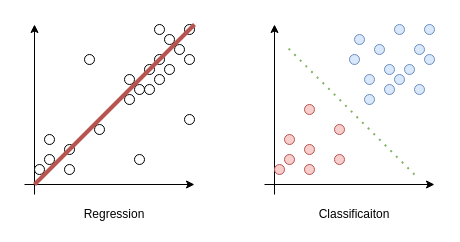
stuartbowyer/teaching.bowyer.github.io keeps this draw.io diagram as page "SDSAI-04_Regression-vs-Classificaiton" (8 of 9) of SDSAI/Illustrations.drawio. Above is the earlier version. Source tidied: cells renumbered, new cells numbered last; positions are measured from the earlier drawing's top-left corner, leaving out a move shared by most shapes. Both pictures are drawn from the tidied source at 100%, with x=0, y=0 at pixel (24, 24).
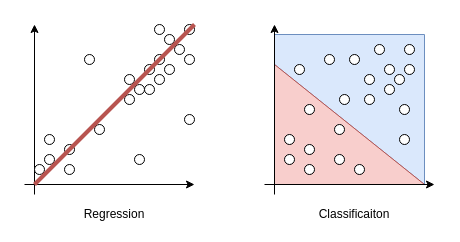
The same diagram, later.

What changed in the source:
```diff
@@
+    <mxCell id="54" style="shape=manualInput;whiteSpace=wrap;html=1;size=120;rotation=-180;flipH=1;fillColor=#dae8fc;strokeColor=#6c8ebf;" parent="1" vertex="1">
+      <mxGeometry x="250" y="10" width="150" height="150" as="geometry" />
+    </mxCell>
+    <mxCell id="55" style="shape=manualInput;whiteSpace=wrap;html=1;size=150;rotation=90;fillColor=#f8cecc;strokeColor=#b85450;" parent="1" vertex="1">
+      <mxGeometry x="265" y="25" width="120" height="150" as="geometry" />
+    </mxCell>
@@
-    <mxCell id="4" style="ellipse;whiteSpace=wrap;html=1;fillColor=#f8cecc;strokeColor=#b85450;" parent="1" vertex="1">
+    <mxCell id="4" style="ellipse;whiteSpace=wrap;html=1;" parent="1" vertex="1">
       <mxGeometry x="280" y="120" width="10" height="10" as="geometry" />
     </mxCell>
-    <mxCell id="5" style="ellipse;whiteSpace=wrap;html=1;fillColor=#dae8fc;strokeColor=#6c8ebf;" parent="1" vertex="1">
-      <mxGeometry x="400" width="10" height="10" as="geometry" />
+    <mxCell id="5" style="ellipse;whiteSpace=wrap;html=1;" parent="1" vertex="1">
+      <mxGeometry x="375" y="110" width="10" height="10" as="geometry" />
     </mxCell>
-    <mxCell id="6" style="ellipse;whiteSpace=wrap;html=1;fillColor=#dae8fc;strokeColor=#6c8ebf;" parent="1" vertex="1">
+    <mxCell id="6" style="ellipse;whiteSpace=wrap;html=1;" parent="1" vertex="1">
       <mxGeometry x="360" y="40" width="10" height="10" as="geometry" />
     </mxCell>
-    <mxCell id="7" style="ellipse;whiteSpace=wrap;html=1;fillColor=#f8cecc;strokeColor=#b85450;" parent="1" vertex="1">
+    <mxCell id="7" style="ellipse;whiteSpace=wrap;html=1;" parent="1" vertex="1">
       <mxGeometry x="310" y="100" width="10" height="10" as="geometry" />
     </mxCell>
-    <mxCell id="8" style="ellipse;whiteSpace=wrap;html=1;fillColor=#f8cecc;strokeColor=#b85450;" parent="1" vertex="1">
+    <mxCell id="8" style="ellipse;whiteSpace=wrap;html=1;" parent="1" vertex="1">
       <mxGeometry x="260" y="130" width="10" height="10" as="geometry" />
     </mxCell>
-    <mxCell id="9" style="ellipse;whiteSpace=wrap;html=1;fillColor=#f8cecc;strokeColor=#b85450;" parent="1" vertex="1">
+    <mxCell id="9" style="ellipse;whiteSpace=wrap;html=1;" parent="1" vertex="1">
       <mxGeometry x="280" y="140" width="10" height="10" as="geometry" />
     </mxCell>
-    <mxCell id="10" style="ellipse;whiteSpace=wrap;html=1;fillColor=#dae8fc;strokeColor=#6c8ebf;" parent="1" vertex="1">
+    <mxCell id="10" style="ellipse;whiteSpace=wrap;html=1;" parent="1" vertex="1">
       <mxGeometry x="350" y="20" width="10" height="10" as="geometry" />
     </mxCell>
-    <mxCell id="11" style="ellipse;whiteSpace=wrap;html=1;fillColor=#dae8fc;strokeColor=#6c8ebf;" parent="1" vertex="1">
+    <mxCell id="11" style="ellipse;whiteSpace=wrap;html=1;" parent="1" vertex="1">
       <mxGeometry x="340" y="50" width="10" height="10" as="geometry" />
     </mxCell>
-    <mxCell id="12" style="ellipse;whiteSpace=wrap;html=1;fillColor=#dae8fc;strokeColor=#6c8ebf;" parent="1" vertex="1">
+    <mxCell id="12" style="ellipse;whiteSpace=wrap;html=1;" parent="1" vertex="1">
       <mxGeometry x="380" y="40" width="10" height="10" as="geometry" />
     </mxCell>
-    <mxCell id="13" style="ellipse;whiteSpace=wrap;html=1;fillColor=#dae8fc;strokeColor=#6c8ebf;" parent="1" vertex="1">
-      <mxGeometry x="330" y="10" width="10" height="10" as="geometry" />
+    <mxCell id="13" style="ellipse;whiteSpace=wrap;html=1;" parent="1" vertex="1">
+      <mxGeometry x="315" y="70" width="10" height="10" as="geometry" />
     </mxCell>
-    <mxCell id="14" style="ellipse;whiteSpace=wrap;html=1;fillColor=#dae8fc;strokeColor=#6c8ebf;" parent="1" vertex="1">
-      <mxGeometry x="400" y="30" width="10" height="10" as="geometry" />
+    <mxCell id="14" style="ellipse;whiteSpace=wrap;html=1;" parent="1" vertex="1">
+      <mxGeometry x="270" y="40" width="10" height="10" as="geometry" />
     </mxCell>
-    <mxCell id="15" style="ellipse;whiteSpace=wrap;html=1;fillColor=#dae8fc;strokeColor=#6c8ebf;" parent="1" vertex="1">
-      <mxGeometry x="390" y="60" width="10" height="10" as="geometry" />
+    <mxCell id="15" style="ellipse;whiteSpace=wrap;html=1;" parent="1" vertex="1">
+      <mxGeometry x="375" y="80" width="10" height="10" as="geometry" />
     </mxCell>
-    <mxCell id="16" style="ellipse;whiteSpace=wrap;html=1;fillColor=#f8cecc;strokeColor=#b85450;" parent="1" vertex="1">
+    <mxCell id="16" style="ellipse;whiteSpace=wrap;html=1;" parent="1" vertex="1">
       <mxGeometry x="310" y="130" width="10" height="10" as="geometry" />
     </mxCell>
-    <mxCell id="17" style="ellipse;whiteSpace=wrap;html=1;fillColor=#dae8fc;strokeColor=#6c8ebf;" parent="1" vertex="1">
-      <mxGeometry x="390" y="20" width="10" height="10" as="geometry" />
+    <mxCell id="17" style="ellipse;whiteSpace=wrap;html=1;" parent="1" vertex="1">
+      <mxGeometry x="380" y="20" width="10" height="10" as="geometry" />
     </mxCell>
-    <mxCell id="18" style="ellipse;whiteSpace=wrap;html=1;fillColor=#f8cecc;strokeColor=#b85450;" parent="1" vertex="1">
-      <mxGeometry x="250" y="140" width="10" height="10" as="geometry" />
+    <mxCell id="18" style="ellipse;whiteSpace=wrap;html=1;" parent="1" vertex="1">
+      <mxGeometry x="330" y="140" width="10" height="10" as="geometry" />
     </mxCell>
-    <mxCell id="19" style="ellipse;whiteSpace=wrap;html=1;fillColor=#f8cecc;strokeColor=#b85450;" parent="1" vertex="1">
+    <mxCell id="19" style="ellipse;whiteSpace=wrap;html=1;" parent="1" vertex="1">
       <mxGeometry x="260" y="110" width="10" height="10" as="geometry" />
     </mxCell>
-    <mxCell id="20" style="ellipse;whiteSpace=wrap;html=1;fillColor=#f8cecc;strokeColor=#b85450;" parent="1" vertex="1">
+    <mxCell id="20" style="ellipse;whiteSpace=wrap;html=1;" parent="1" vertex="1">
       <mxGeometry x="280" y="80" width="10" height="10" as="geometry" />
     </mxCell>
-    <mxCell id="21" style="ellipse;whiteSpace=wrap;html=1;fillColor=#dae8fc;strokeColor=#6c8ebf;" parent="1" vertex="1">
+    <mxCell id="21" style="ellipse;whiteSpace=wrap;html=1;" parent="1" vertex="1">
       <mxGeometry x="360" y="60" width="10" height="10" as="geometry" />
     </mxCell>
-    <mxCell id="22" style="ellipse;whiteSpace=wrap;html=1;fillColor=#dae8fc;strokeColor=#6c8ebf;" parent="1" vertex="1">
+    <mxCell id="22" style="ellipse;whiteSpace=wrap;html=1;" parent="1" vertex="1">
       <mxGeometry x="340" y="70" width="10" height="10" as="geometry" />
     </mxCell>
-    <mxCell id="23" style="ellipse;whiteSpace=wrap;html=1;fillColor=#dae8fc;strokeColor=#6c8ebf;" parent="1" vertex="1">
+    <mxCell id="23" style="ellipse;whiteSpace=wrap;html=1;" parent="1" vertex="1">
       <mxGeometry x="370" y="50" width="10" height="10" as="geometry" />
     </mxCell>
-    <mxCell id="24" style="ellipse;whiteSpace=wrap;html=1;fillColor=#dae8fc;strokeColor=#6c8ebf;" parent="1" vertex="1">
+    <mxCell id="24" style="ellipse;whiteSpace=wrap;html=1;" parent="1" vertex="1">
       <mxGeometry x="325" y="30" width="10" height="10" as="geometry" />
     </mxCell>
-    <mxCell id="25" style="ellipse;whiteSpace=wrap;html=1;fillColor=#dae8fc;strokeColor=#6c8ebf;" parent="1" vertex="1">
-      <mxGeometry x="370" width="10" height="10" as="geometry" />
+    <mxCell id="25" style="ellipse;whiteSpace=wrap;html=1;" parent="1" vertex="1">
+      <mxGeometry x="300" y="30" width="10" height="10" as="geometry" />
     </mxCell>
@@
-    <mxCell id="53" style="endArrow=none;dashed=1;html=1;dashPattern=1 3;strokeWidth=2;rounded=0;fillColor=#d5e8d4;strokeColor=#82b366;" parent="1" edge="1">
-      <mxGeometry relative="1" as="geometry">
-        <mxPoint x="390" y="150" as="sourcePoint" />
-        <mxPoint x="260" y="20" as="targetPoint" />
-      </mxGeometry>
-    </mxCell>
```
